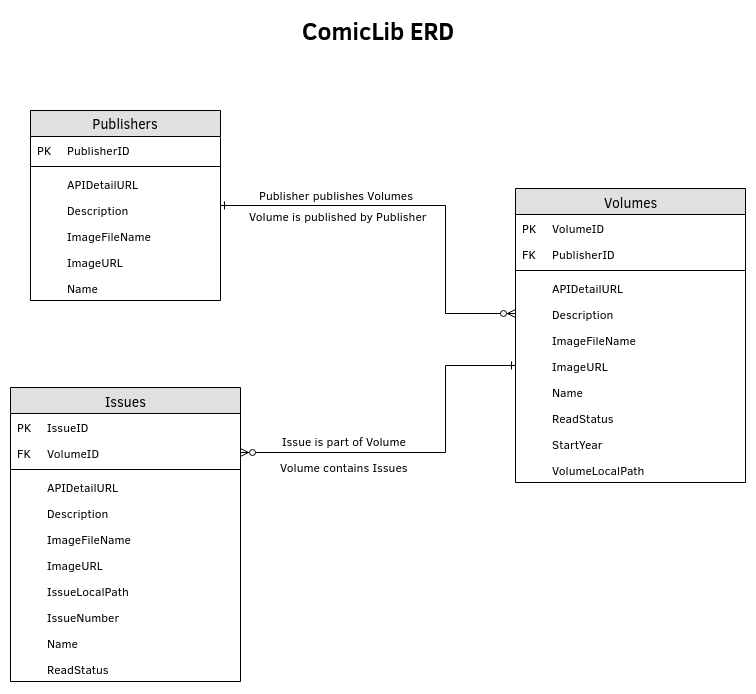
This is Documentation/ERD.png from ahahn94/ComicLib, a draw.io export, as it was before one commit. Source tidied: cells renumbered, new cells last; positions are measured from the earlier drawing's top-left corner, leaving out a move shared by most shapes.
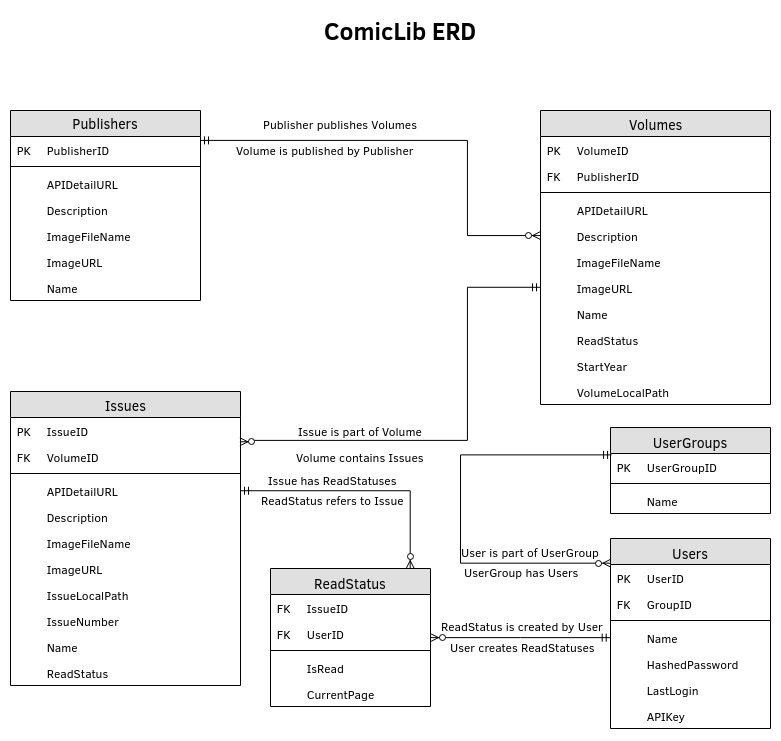
Later version of the same file.

Commit message:
Update ERD For Authentication

Update ERD for authentication and per-user ReadStatus
- add tables UserGroups and Users for authentication
- add table ReadStatus for read statuses on a per-user basis, including
  number of the current page.

Diff of the diagram source:
```diff
@@ -3,7 +3,7 @@
     <mxCell id="0" />
     <mxCell id="1" parent="0" />
     <mxCell id="2" value="Volumes" style="swimlane;html=1;fontStyle=0;horizontal=1;startSize=26;fillColor=#e0e0e0;swimlaneFillColor=#ffffff;align=center;rounded=0;shadow=0;comic=0;labelBackgroundColor=none;strokeColor=#000000;strokeWidth=1;fontFamily=Verdana;fontSize=14;fontColor=#000000;" parent="1" vertex="1">
-      <mxGeometry x="505" y="178" width="230" height="294" as="geometry" />
+      <mxGeometry x="508" y="100" width="230" height="294" as="geometry" />
     </mxCell>
     <mxCell id="3" value="VolumeID" style="shape=partialRectangle;top=0;left=0;right=0;bottom=0;fillColor=none;align=left;verticalAlign=top;fillColor=none;spacingLeft=34;spacingRight=4;overflow=hidden;fontSize=12;" parent="2" vertex="1">
       <mxGeometry y="26" width="230" height="26" as="geometry" />
@@ -68,11 +68,11 @@
     <mxCell id="23" style="shape=partialRectangle;top=0;left=0;bottom=0;right=0;fillColor=none;align=left;verticalAlign=top;spacingLeft=4;spacingRight=4;overflow=hidden;fontSize=12;" parent="22" vertex="1">
       <mxGeometry width="30" height="26" as="geometry" />
     </mxCell>
-    <mxCell id="24" style="edgeStyle=orthogonalEdgeStyle;rounded=0;jettySize=auto;html=1;entryX=0;entryY=0.5;entryDx=0;entryDy=0;startArrow=ERone;startFill=0;endArrow=ERzeroToMany;endFill=1;" parent="1" edge="1" source="27" target="10">
+    <mxCell id="24" style="edgeStyle=orthogonalEdgeStyle;rounded=0;jettySize=auto;html=1;entryX=0;entryY=0.5;entryDx=0;entryDy=0;startArrow=ERmandOne;startFill=0;endArrow=ERzeroToMany;endFill=1;" parent="1" edge="1" source="27" target="10">
       <mxGeometry relative="1" as="geometry">
         <Array as="points">
-          <mxPoint x="435" y="195" />
-          <mxPoint x="435" y="303" />
+          <mxPoint x="435" y="130" />
+          <mxPoint x="435" y="225" />
         </Array>
       </mxGeometry>
     </mxCell>
@@ -83,11 +83,11 @@
     </mxCell>
     <mxCell id="26" value="Publisher publishes Volumes" style="text;html=1;align=center;verticalAlign=middle;labelBackgroundColor=#ffffff;" parent="24" vertex="1">
       <mxGeometry x="0.34" y="-1" relative="1" as="geometry">
-        <mxPoint x="-109" y="-56" as="offset" />
+        <mxPoint x="-126" y="-41" as="offset" />
       </mxGeometry>
     </mxCell>
     <mxCell id="27" value="Publishers" style="swimlane;fontStyle=0;horizontal=1;startSize=26;fillColor=#e0e0e0;swimlaneFillColor=#ffffff;align=center;fontSize=14;" parent="1" vertex="1">
-      <mxGeometry x="20" y="100" width="190" height="190" as="geometry" />
+      <mxGeometry x="-22" y="100" width="190" height="190" as="geometry" />
     </mxCell>
     <mxCell id="28" value="PublisherID" style="shape=partialRectangle;top=0;left=0;right=0;bottom=0;fillColor=none;align=left;verticalAlign=top;fillColor=none;spacingLeft=34;spacingRight=4;overflow=hidden;fontSize=12;" parent="27" vertex="1">
       <mxGeometry y="26" width="190" height="26" as="geometry" />
@@ -129,7 +129,7 @@
       <mxGeometry width="30" height="26" as="geometry" />
     </mxCell>
     <mxCell id="41" value="Issues" style="swimlane;html=1;fontStyle=0;horizontal=1;startSize=26;fillColor=#e0e0e0;swimlaneFillColor=#ffffff;align=center;rounded=0;shadow=0;comic=0;labelBackgroundColor=none;strokeColor=#000000;strokeWidth=1;fontFamily=Verdana;fontSize=14;fontColor=#000000;" parent="1" vertex="1">
-      <mxGeometry y="377" width="230" height="294" as="geometry" />
+      <mxGeometry x="-22" y="381" width="230" height="294" as="geometry" />
     </mxCell>
     <mxCell id="42" value="IssueID" style="shape=partialRectangle;top=0;left=0;right=0;bottom=0;fillColor=none;align=left;verticalAlign=top;fillColor=none;spacingLeft=34;spacingRight=4;overflow=hidden;points=[[0,0.5],[1,0.5]];portConstraint=eastwest;fontSize=12;" parent="41" vertex="1">
       <mxGeometry y="26" width="230" height="26" as="geometry" />
@@ -194,26 +194,166 @@
     <mxCell id="62" style="shape=partialRectangle;top=0;left=0;bottom=0;right=0;fillColor=none;align=left;verticalAlign=top;spacingLeft=4;spacingRight=4;overflow=hidden;fontSize=12;" parent="61" vertex="1">
       <mxGeometry width="30" height="26" as="geometry" />
     </mxCell>
-    <mxCell id="63" style="edgeStyle=orthogonalEdgeStyle;rounded=0;jettySize=auto;html=1;entryX=0;entryY=0.5;entryDx=0;entryDy=0;startArrow=ERzeroToMany;startFill=1;endArrow=ERone;endFill=0;" parent="1" edge="1" source="44" target="14">
+    <mxCell id="63" style="edgeStyle=orthogonalEdgeStyle;rounded=0;jettySize=auto;html=1;entryX=0;entryY=0.5;entryDx=0;entryDy=0;startArrow=ERzeroToMany;startFill=1;endArrow=ERmandOne;endFill=0;exitX=0.996;exitY=0.923;exitDx=0;exitDy=0;exitPerimeter=0;" parent="1" edge="1" source="42" target="14">
       <mxGeometry relative="1" as="geometry">
         <Array as="points">
-          <mxPoint x="435" y="442" />
-          <mxPoint x="435" y="355" />
+          <mxPoint x="218" y="431" />
+          <mxPoint x="218" y="430" />
+          <mxPoint x="435" y="430" />
+          <mxPoint x="435" y="277" />
         </Array>
       </mxGeometry>
     </mxCell>
     <mxCell id="64" value="Volume contains Issues" style="text;html=1;align=center;verticalAlign=middle;labelBackgroundColor=#ffffff;" parent="63" vertex="1">
       <mxGeometry x="-0.45" y="-1" relative="1" as="geometry">
-        <mxPoint x="4" y="12" as="offset" />
+        <mxPoint x="-2" y="15" as="offset" />
       </mxGeometry>
     </mxCell>
     <mxCell id="65" value="Issue is part of Volume" style="text;html=1;align=center;verticalAlign=middle;labelBackgroundColor=#ffffff;" parent="63" vertex="1">
       <mxGeometry x="-0.56" relative="1" as="geometry">
-        <mxPoint x="23" y="-13" as="offset" />
+        <mxPoint x="21" y="-10" as="offset" />
       </mxGeometry>
     </mxCell>
     <mxCell id="66" value="ComicLib ERD" style="text;strokeColor=none;fillColor=none;html=1;fontSize=24;fontStyle=1;verticalAlign=middle;align=center;" parent="1" vertex="1">
       <mxGeometry x="318" width="100" height="40" as="geometry" />
     </mxCell>
+    <mxCell id="67" value="UserGroups&#10;" style="swimlane;fontStyle=0;horizontal=1;startSize=26;fillColor=#e0e0e0;swimlaneFillColor=#ffffff;align=center;fontSize=14;verticalAlign=top;" parent="1" vertex="1">
+      <mxGeometry x="578" y="417" width="160" height="86" as="geometry" />
+    </mxCell>
+    <mxCell id="68" value="UserGroupID" style="shape=partialRectangle;top=0;left=0;right=0;bottom=0;fillColor=none;align=left;verticalAlign=top;fillColor=none;spacingLeft=34;spacingRight=4;overflow=hidden;points=[[0,0.5],[1,0.5]];portConstraint=eastwest;fontSize=12;" parent="67" vertex="1">
+      <mxGeometry y="26" width="160" height="26" as="geometry" />
+    </mxCell>
+    <mxCell id="69" value="PK" style="shape=partialRectangle;top=0;left=0;bottom=0;right=0;fillColor=none;align=left;verticalAlign=top;spacingLeft=4;spacingRight=4;overflow=hidden;fontSize=12;" parent="68" vertex="1">
+      <mxGeometry width="30" height="26" as="geometry" />
+    </mxCell>
+    <mxCell id="70" style="line;strokeWidth=1;fillColor=none;align=left;verticalAlign=middle;spacingTop=-1;spacingLeft=3;spacingRight=3;labelPosition=right;fontSize=12;" parent="67" vertex="1">
+      <mxGeometry y="52" width="160" height="8" as="geometry" />
+    </mxCell>
+    <mxCell id="71" value="Name" style="shape=partialRectangle;top=0;left=0;right=0;bottom=0;align=left;verticalAlign=top;fillColor=none;spacingLeft=34;spacingRight=4;overflow=hidden;fontSize=12;" parent="67" vertex="1">
+      <mxGeometry y="60" width="160" height="26" as="geometry" />
+    </mxCell>
+    <mxCell id="72" style="shape=partialRectangle;top=0;left=0;bottom=0;right=0;fillColor=none;align=left;verticalAlign=top;spacingLeft=4;spacingRight=4;overflow=hidden;fontSize=12;" parent="71" vertex="1">
+      <mxGeometry width="30" height="26" as="geometry" />
+    </mxCell>
+    <mxCell id="73" value="Users&#10;" style="swimlane;fontStyle=0;horizontal=1;startSize=26;fillColor=#e0e0e0;swimlaneFillColor=#ffffff;align=center;fontSize=14;verticalAlign=top;" parent="1" vertex="1">
+      <mxGeometry x="578" y="528" width="160" height="190" as="geometry" />
+    </mxCell>
+    <mxCell id="74" value="UserID" style="shape=partialRectangle;top=0;left=0;right=0;bottom=0;fillColor=none;align=left;verticalAlign=top;fillColor=none;spacingLeft=34;spacingRight=4;overflow=hidden;points=[[0,0.5],[1,0.5]];portConstraint=eastwest;fontSize=12;" parent="73" vertex="1">
+      <mxGeometry y="26" width="160" height="26" as="geometry" />
+    </mxCell>
+    <mxCell id="75" value="PK" style="shape=partialRectangle;top=0;left=0;bottom=0;right=0;fillColor=none;align=left;verticalAlign=top;spacingLeft=4;spacingRight=4;overflow=hidden;fontSize=12;" parent="74" vertex="1">
+      <mxGeometry width="30" height="26" as="geometry" />
+    </mxCell>
+    <mxCell id="76" value="GroupID" style="shape=partialRectangle;top=0;left=0;right=0;bottom=0;fillColor=none;align=left;verticalAlign=top;fillColor=none;spacingLeft=34;spacingRight=4;overflow=hidden;fontSize=12;" parent="73" vertex="1">
+      <mxGeometry y="52" width="160" height="26" as="geometry" />
+    </mxCell>
+    <mxCell id="77" value="FK" style="shape=partialRectangle;top=0;left=0;bottom=0;right=0;fillColor=none;align=left;verticalAlign=top;spacingLeft=4;spacingRight=4;overflow=hidden;fontSize=12;" parent="76" vertex="1">
+      <mxGeometry width="30" height="26" as="geometry" />
+    </mxCell>
+    <mxCell id="78" style="line;strokeWidth=1;fillColor=none;align=left;verticalAlign=middle;spacingTop=-1;spacingLeft=3;spacingRight=3;labelPosition=right;fontSize=12;" parent="73" vertex="1">
+      <mxGeometry y="78" width="160" height="8" as="geometry" />
+    </mxCell>
+    <mxCell id="79" value="Name" style="shape=partialRectangle;top=0;left=0;right=0;bottom=0;align=left;verticalAlign=top;fillColor=none;spacingLeft=34;spacingRight=4;overflow=hidden;points=[[0,0.5],[1,0.5]];portConstraint=eastwest;fontSize=12;" parent="73" vertex="1">
+      <mxGeometry y="86" width="160" height="26" as="geometry" />
+    </mxCell>
+    <mxCell id="80" style="shape=partialRectangle;top=0;left=0;bottom=0;right=0;fillColor=none;align=left;verticalAlign=top;spacingLeft=4;spacingRight=4;overflow=hidden;fontSize=12;" parent="79" vertex="1">
+      <mxGeometry width="30" height="26" as="geometry" />
+    </mxCell>
+    <mxCell id="81" value="HashedPassword&#10;" style="shape=partialRectangle;top=0;left=0;right=0;bottom=0;align=left;verticalAlign=top;fillColor=none;spacingLeft=34;spacingRight=4;overflow=hidden;fontSize=12;" parent="73" vertex="1">
+      <mxGeometry y="112" width="160" height="26" as="geometry" />
+    </mxCell>
+    <mxCell id="82" style="shape=partialRectangle;top=0;left=0;bottom=0;right=0;fillColor=none;align=left;verticalAlign=top;spacingLeft=4;spacingRight=4;overflow=hidden;fontSize=12;" parent="81" vertex="1">
+      <mxGeometry width="30" height="26" as="geometry" />
+    </mxCell>
+    <mxCell id="83" value="LastLogin" style="shape=partialRectangle;top=0;left=0;right=0;bottom=0;align=left;verticalAlign=top;fillColor=none;spacingLeft=34;spacingRight=4;overflow=hidden;fontSize=12;" parent="73" vertex="1">
+      <mxGeometry y="138" width="160" height="26" as="geometry" />
+    </mxCell>
+    <mxCell id="84" style="shape=partialRectangle;top=0;left=0;bottom=0;right=0;fillColor=none;align=left;verticalAlign=top;spacingLeft=4;spacingRight=4;overflow=hidden;fontSize=12;" parent="83" vertex="1">
+      <mxGeometry width="30" height="26" as="geometry" />
+    </mxCell>
+    <mxCell id="85" value="APIKey" style="shape=partialRectangle;top=0;left=0;right=0;bottom=0;align=left;verticalAlign=top;fillColor=none;spacingLeft=34;spacingRight=4;overflow=hidden;fontSize=12;" parent="73" vertex="1">
+      <mxGeometry y="164" width="160" height="26" as="geometry" />
+    </mxCell>
+    <mxCell id="86" style="shape=partialRectangle;top=0;left=0;bottom=0;right=0;fillColor=none;align=left;verticalAlign=top;spacingLeft=4;spacingRight=4;overflow=hidden;fontSize=12;" parent="85" vertex="1">
+      <mxGeometry width="30" height="26" as="geometry" />
+    </mxCell>
+    <mxCell id="87" style="edgeStyle=orthogonalEdgeStyle;rounded=0;jettySize=auto;html=1;entryX=0;entryY=0.5;entryDx=0;entryDy=0;startArrow=ERzeroToMany;startFill=1;endArrow=ERmandOne;endFill=0;" parent="1" edge="1" source="89" target="79">
+      <mxGeometry relative="1" as="geometry" />
+    </mxCell>
+    <mxCell id="88" style="edgeStyle=orthogonalEdgeStyle;rounded=0;jettySize=auto;html=1;entryX=1;entryY=0.5;entryDx=0;entryDy=0;startArrow=ERzeroToMany;startFill=1;endArrow=ERmandOne;endFill=0;" parent="1" edge="1" source="89" target="47">
+      <mxGeometry relative="1" as="geometry">
+        <Array as="points">
+          <mxPoint x="378" y="480" />
+        </Array>
+      </mxGeometry>
+    </mxCell>
+    <mxCell id="89" value="ReadStatus&#10;" style="swimlane;fontStyle=0;horizontal=1;startSize=26;fillColor=#e0e0e0;swimlaneFillColor=#ffffff;align=center;fontSize=14;verticalAlign=top;" parent="1" vertex="1">
+      <mxGeometry x="238" y="558" width="160" height="138" as="geometry" />
+    </mxCell>
+    <mxCell id="90" value="IssueID" style="shape=partialRectangle;top=0;left=0;right=0;bottom=0;fillColor=none;align=left;verticalAlign=top;fillColor=none;spacingLeft=34;spacingRight=4;overflow=hidden;fontSize=12;" parent="89" vertex="1">
+      <mxGeometry y="26" width="160" height="26" as="geometry" />
+    </mxCell>
+    <mxCell id="91" value="FK" style="shape=partialRectangle;top=0;left=0;bottom=0;right=0;fillColor=none;align=left;verticalAlign=top;spacingLeft=4;spacingRight=4;overflow=hidden;fontSize=12;" parent="90" vertex="1">
+      <mxGeometry width="30" height="26" as="geometry" />
+    </mxCell>
+    <mxCell id="92" value="UserID" style="shape=partialRectangle;top=0;left=0;right=0;bottom=0;fillColor=none;align=left;verticalAlign=top;fillColor=none;spacingLeft=34;spacingRight=4;overflow=hidden;fontSize=12;" parent="89" vertex="1">
+      <mxGeometry y="52" width="160" height="26" as="geometry" />
+    </mxCell>
+    <mxCell id="93" value="FK" style="shape=partialRectangle;top=0;left=0;bottom=0;right=0;fillColor=none;align=left;verticalAlign=top;spacingLeft=4;spacingRight=4;overflow=hidden;fontSize=12;" parent="92" vertex="1">
+      <mxGeometry width="30" height="26" as="geometry" />
+    </mxCell>
+    <mxCell id="94" style="line;strokeWidth=1;fillColor=none;align=left;verticalAlign=middle;spacingTop=-1;spacingLeft=3;spacingRight=3;labelPosition=right;fontSize=12;" parent="89" vertex="1">
+      <mxGeometry y="78" width="160" height="8" as="geometry" />
+    </mxCell>
+    <mxCell id="95" value="IsRead" style="shape=partialRectangle;top=0;left=0;right=0;bottom=0;align=left;verticalAlign=top;fillColor=none;spacingLeft=34;spacingRight=4;overflow=hidden;fontSize=12;" parent="89" vertex="1">
+      <mxGeometry y="86" width="160" height="26" as="geometry" />
+    </mxCell>
+    <mxCell id="96" style="shape=partialRectangle;top=0;left=0;bottom=0;right=0;fillColor=none;align=left;verticalAlign=top;spacingLeft=4;spacingRight=4;overflow=hidden;fontSize=12;" parent="95" vertex="1">
+      <mxGeometry width="30" height="26" as="geometry" />
+    </mxCell>
+    <mxCell id="97" value="CurrentPage&#10;" style="shape=partialRectangle;top=0;left=0;right=0;bottom=0;align=left;verticalAlign=top;fillColor=none;spacingLeft=34;spacingRight=4;overflow=hidden;fontSize=12;" parent="89" vertex="1">
+      <mxGeometry y="112" width="160" height="26" as="geometry" />
+    </mxCell>
+    <mxCell id="98" style="shape=partialRectangle;top=0;left=0;bottom=0;right=0;fillColor=none;align=left;verticalAlign=top;spacingLeft=4;spacingRight=4;overflow=hidden;fontSize=12;" parent="97" vertex="1">
+      <mxGeometry width="30" height="26" as="geometry" />
+    </mxCell>
+    <mxCell id="99" style="edgeStyle=orthogonalEdgeStyle;rounded=0;jettySize=auto;html=1;entryX=0.007;entryY=0.053;entryDx=0;entryDy=0;startArrow=ERzeroToMany;startFill=1;endArrow=ERmandOne;endFill=0;entryPerimeter=0;exitX=0.002;exitY=-0.052;exitDx=0;exitDy=0;exitPerimeter=0;" parent="1" edge="1" source="74" target="68">
+      <mxGeometry relative="1" as="geometry">
+        <Array as="points">
+          <mxPoint x="428" y="553" />
+          <mxPoint x="428" y="444" />
+        </Array>
+      </mxGeometry>
+    </mxCell>
+    <mxCell id="100" value="UserGroup has Users" style="text;html=1;align=center;verticalAlign=middle;labelBackgroundColor=#ffffff;" parent="99" vertex="1">
+      <mxGeometry x="-0.45" y="-1" relative="1" as="geometry">
+        <mxPoint x="21.5" y="8.5" as="offset" />
+      </mxGeometry>
+    </mxCell>
+    <mxCell id="101" value="User is part of UserGroup" style="text;html=1;align=center;verticalAlign=middle;labelBackgroundColor=#ffffff;" parent="99" vertex="1">
+      <mxGeometry x="-0.56" relative="1" as="geometry">
+        <mxPoint x="10.5" y="-12.5" as="offset" />
+      </mxGeometry>
+    </mxCell>
+    <mxCell id="102" value="ReadStatus is created by User" style="text;html=1;align=center;verticalAlign=middle;labelBackgroundColor=#ffffff;" parent="1" vertex="1">
+      <mxGeometry x="468.2" y="606.2" as="geometry">
+        <mxPoint x="21.5" y="8.5" as="offset" />
+      </mxGeometry>
+    </mxCell>
+    <mxCell id="103" value="User creates ReadStatuses" style="text;html=1;align=center;verticalAlign=middle;labelBackgroundColor=#ffffff;" parent="1" vertex="1">
+      <mxGeometry x="468.2" y="627.2" as="geometry">
+        <mxPoint x="21.5" y="8.5" as="offset" />
+      </mxGeometry>
+    </mxCell>
+    <mxCell id="104" value="Issue has ReadStatuses&lt;br&gt;" style="text;html=1;align=center;verticalAlign=middle;labelBackgroundColor=#ffffff;" parent="1" vertex="1">
+      <mxGeometry x="278.2" y="460.2" as="geometry">
+        <mxPoint x="21.5" y="8.5" as="offset" />
+      </mxGeometry>
+    </mxCell>
+    <mxCell id="105" value="ReadStatus refers to Issue&lt;br&gt;" style="text;html=1;align=center;verticalAlign=middle;labelBackgroundColor=#ffffff;" parent="1" vertex="1">
+      <mxGeometry x="278.2" y="480.2" as="geometry">
+        <mxPoint x="21.5" y="8.5" as="offset" />
+      </mxGeometry>
+    </mxCell>
   </root>
 </mxGraphModel>
```
